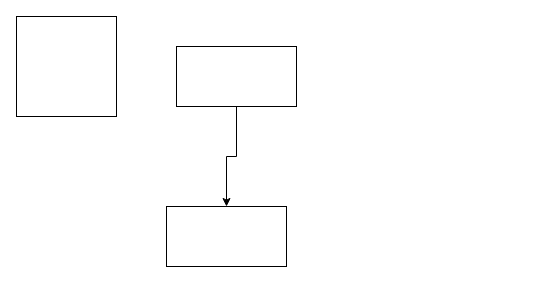
The draw.io diagram zdpt/test.drawio in zhuangmw/visio, before the edit. Source tidied: cells renumbered, new cells numbered last; positions are measured from the earlier drawing's top-left corner, leaving out a move shared by most shapes. Both pictures are drawn from the tidied source at 100%, with x=0, y=0 at pixel (16, 16).
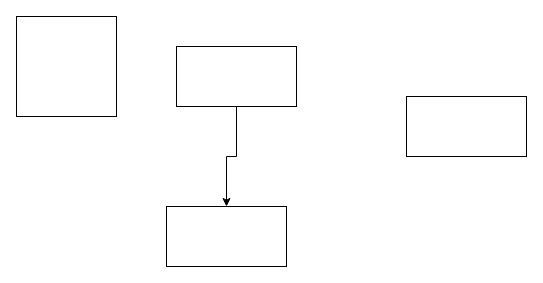
After the change.

The edit, as a diff of the source:
```diff
@@
 <mxGraphModel>
   <root>
     <mxCell id="0" />
     <mxCell id="1" parent="0" />
     <mxCell id="2" style="edgeStyle=orthogonalEdgeStyle;rounded=0;jettySize=auto;html=1;exitX=0.5;exitY=1;exitDx=0;exitDy=0;entryX=0.5;entryY=0;entryDx=0;entryDy=0;" parent="1" edge="1" source="3" target="4">
       <mxGeometry relative="1" as="geometry" />
     </mxCell>
     <mxCell id="3" style="rounded=0;whiteSpace=wrap;html=1;" parent="1" vertex="1">
       <mxGeometry x="160" y="30" width="120" height="60" as="geometry" />
     </mxCell>
     <mxCell id="4" style="rounded=0;whiteSpace=wrap;html=1;" parent="1" vertex="1">
       <mxGeometry x="150" y="190" width="120" height="60" as="geometry" />
     </mxCell>
     <mxCell id="5" style="whiteSpace=wrap;html=1;" parent="1" vertex="1">
       <mxGeometry width="100" height="100" as="geometry" />
     </mxCell>
+    <mxCell id="6" style="rounded=0;whiteSpace=wrap;html=1;" parent="1" vertex="1">
+      <mxGeometry x="390" y="80" width="120" height="60" as="geometry" />
+    </mxCell>
   </root>
 </mxGraphModel>
```
